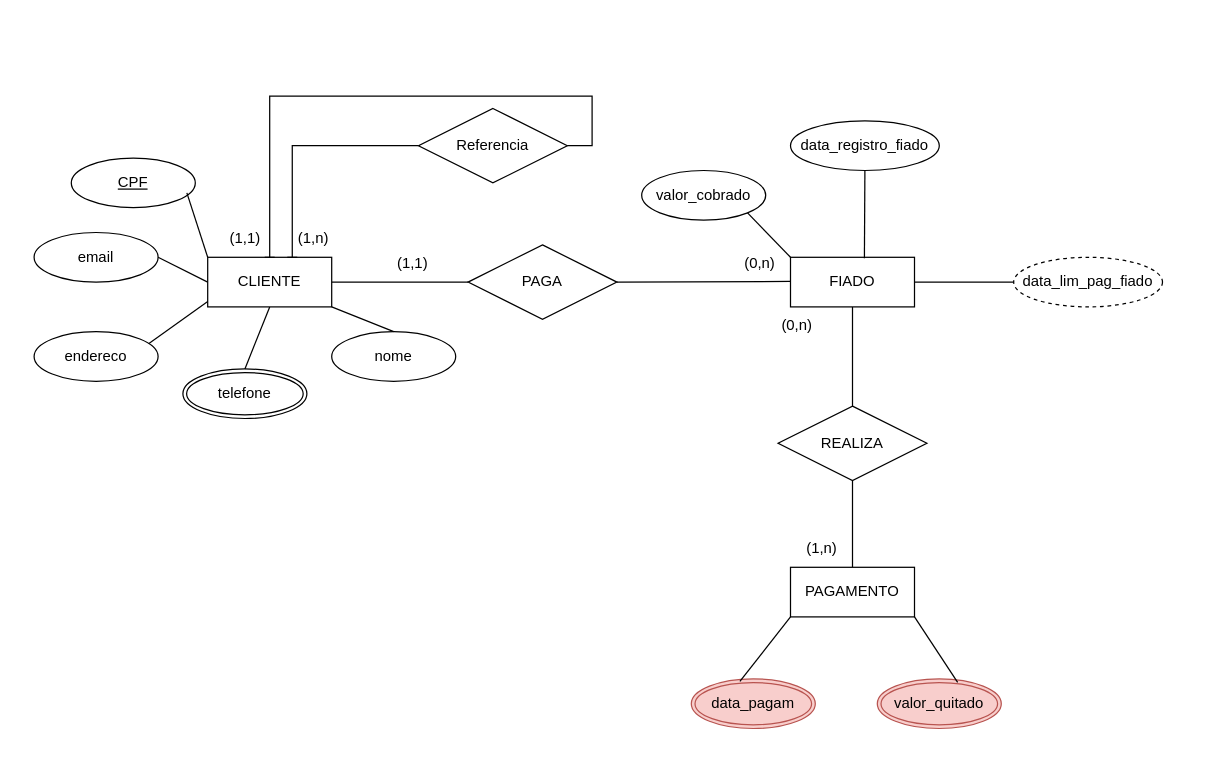
Earlier version of the draw.io diagram Modelo Conceitual/Projeto.drawio (JulioLage-Alx/BancodeDados-Fiado). Source tidied: cells renumbered, new cells numbered last; positions are measured from the earlier drawing's top-left corner, leaving out a move shared by most shapes. Both pictures are drawn from the tidied source at 124%, with x=0, y=0 at pixel (33, 95).
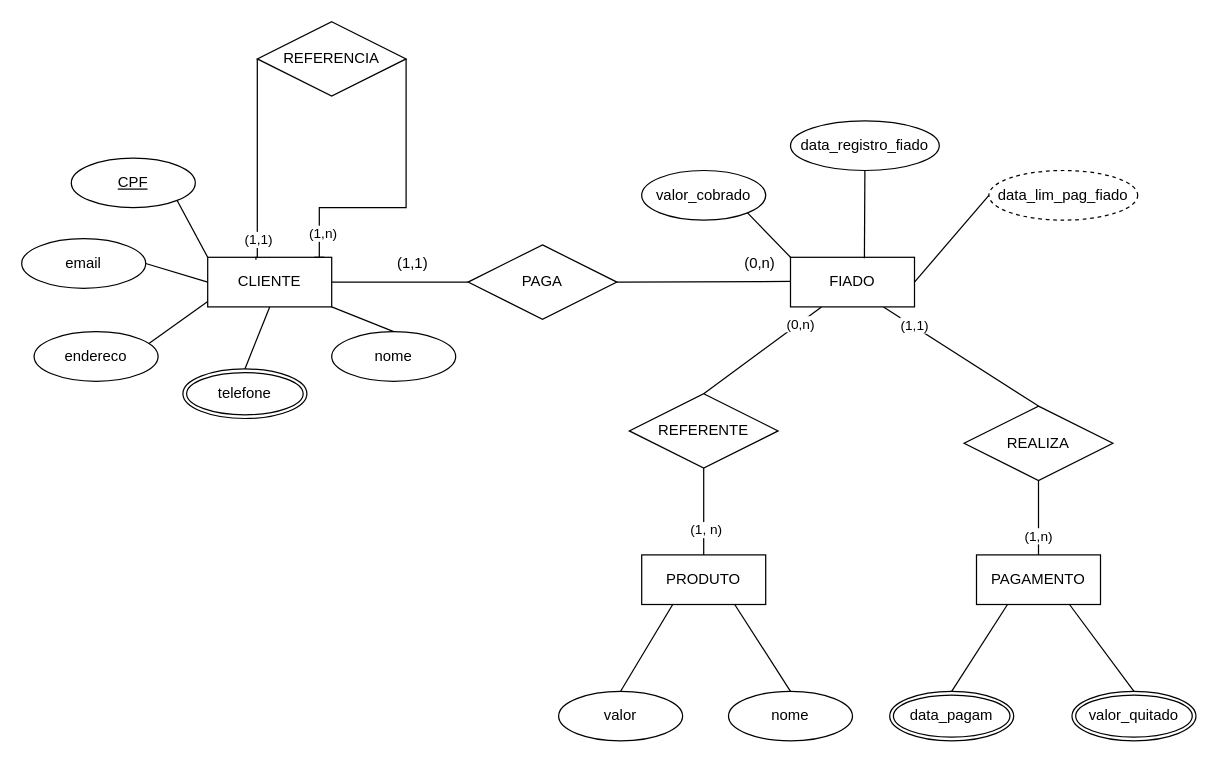
The same diagram, later.

The change refers to these unchanged cells:
```xml
<mxCell id="6" style="endArrow=none;html=1;rounded=0;exitX=0.5;exitY=0;exitDx=0;exitDy=0;entryX=0.5;entryY=1;entryDx=0;entryDy=0;" parent="1" edge="1" source="12" target="3">
  <mxGeometry relative="1" as="geometry" />
</mxCell>
<mxCell id="11" value="FIADO" style="whiteSpace=wrap;html=1;align=center;" parent="1" vertex="1">
  <mxGeometry x="610" y="130" width="100" height="40" as="geometry" />
</mxCell>
<mxCell id="24" value="&lt;u&gt;CPF&lt;/u&gt;" style="ellipse;whiteSpace=wrap;html=1;align=center;" parent="1" vertex="1">
  <mxGeometry x="30" y="50" width="100" height="40" as="geometry" />
</mxCell>
<mxCell id="35" value="CLIENTE" style="whiteSpace=wrap;html=1;align=center;" parent="1" vertex="1">
  <mxGeometry x="140" y="130" width="100" height="40" as="geometry" />
</mxCell>
```

What changed in the source:
```diff
@@
     <mxCell id="3" value="REALIZA" style="shape=rhombus;perimeter=rhombusPerimeter;whiteSpace=wrap;html=1;align=center;" parent="1" vertex="1">
-      <mxGeometry x="600" y="250" width="120" height="60" as="geometry" />
+      <mxGeometry x="750" y="250" width="120" height="60" as="geometry" />
     </mxCell>
@@
+    <mxCell id="41" value="(1,n)" style="edgeLabel;html=1;align=center;verticalAlign=middle;" parent="6" vertex="1">
+      <mxGeometry x="-0.47" y="1" relative="1" as="geometry" />
+    </mxCell>
-    <mxCell id="7" style="endArrow=none;html=1;rounded=0;entryX=0.5;entryY=1;entryDx=0;entryDy=0;" parent="1" edge="1" target="11">
-      <mxGeometry relative="1" as="geometry">
-        <mxPoint x="660" y="250" as="sourcePoint" />
-        <Array as="points">
-          <mxPoint x="660" y="250" />
-        </Array>
-      </mxGeometry>
+    <mxCell id="7" style="endArrow=none;html=1;rounded=0;entryX=0.75;entryY=1;entryDx=0;entryDy=0;exitX=0.5;exitY=0;exitDx=0;exitDy=0;" parent="1" edge="1" source="3" target="11">
+      <mxGeometry relative="1" as="geometry" />
     </mxCell>
+    <mxCell id="42" value="(1,1)" style="edgeLabel;html=1;align=center;verticalAlign=middle;" parent="7" vertex="1">
+      <mxGeometry x="0.62" y="-1" relative="1" as="geometry" />
+    </mxCell>
-    <mxCell id="8" value="valor_quitado" style="ellipse;shape=doubleEllipse;margin=3;whiteSpace=wrap;html=1;align=center;fillColor=#f8cecc;strokeColor=#b85450;" parent="1" vertex="1">
-      <mxGeometry x="680" y="470" width="100" height="40" as="geometry" />
+    <mxCell id="8" value="valor_quitado" style="ellipse;shape=doubleEllipse;margin=3;whiteSpace=wrap;html=1;align=center;" parent="1" vertex="1">
+      <mxGeometry x="837" y="480" width="100" height="40" as="geometry" />
     </mxCell>
-    <mxCell id="9" value="data_pagam" style="ellipse;shape=doubleEllipse;margin=3;whiteSpace=wrap;html=1;align=center;fillColor=#f8cecc;strokeColor=#b85450;" parent="1" vertex="1">
-      <mxGeometry x="530" y="470" width="100" height="40" as="geometry" />
+    <mxCell id="9" value="data_pagam" style="ellipse;shape=doubleEllipse;margin=3;whiteSpace=wrap;html=1;align=center;" parent="1" vertex="1">
+      <mxGeometry x="690" y="480" width="100" height="40" as="geometry" />
     </mxCell>
@@
     <mxCell id="12" value="PAGAMENTO" style="whiteSpace=wrap;html=1;align=center;" parent="1" vertex="1">
-      <mxGeometry x="610" y="380" width="100" height="40" as="geometry" />
+      <mxGeometry x="760" y="370" width="100" height="40" as="geometry" />
     </mxCell>
-    <mxCell id="13" style="endArrow=none;html=1;rounded=0;entryX=0.392;entryY=0.05;entryDx=0;entryDy=0;exitX=0;exitY=1;exitDx=0;exitDy=0;entryPerimeter=0;" parent="1" edge="1" source="12" target="9">
+    <mxCell id="13" style="endArrow=none;html=1;rounded=0;entryX=0.5;entryY=0;entryDx=0;entryDy=0;exitX=0.25;exitY=1;exitDx=0;exitDy=0;" parent="1" edge="1" source="12" target="9">
       <mxGeometry relative="1" as="geometry" />
     </mxCell>
-    <mxCell id="14" style="endArrow=none;html=1;rounded=0;entryX=0.648;entryY=0.07;entryDx=0;entryDy=0;exitX=1;exitY=1;exitDx=0;exitDy=0;entryPerimeter=0;" parent="1" edge="1" source="12" target="8">
+    <mxCell id="14" style="endArrow=none;html=1;rounded=0;entryX=0.5;entryY=0;entryDx=0;entryDy=0;exitX=0.75;exitY=1;exitDx=0;exitDy=0;" parent="1" edge="1" source="12" target="8">
       <mxGeometry relative="1" as="geometry" />
     </mxCell>
@@
     <mxCell id="16" value="data_lim_pag_fiado" style="ellipse;whiteSpace=wrap;html=1;align=center;dashed=1;" parent="1" vertex="1">
-      <mxGeometry x="790" y="130" width="120" height="40" as="geometry" />
+      <mxGeometry x="770" y="60" width="120" height="40" as="geometry" />
     </mxCell>
@@
-    <mxCell id="20" value="(1,n)" style="text;html=1;align=center;verticalAlign=middle;strokeColor=none;fillColor=none;" parent="1" vertex="1">
-      <mxGeometry x="610" y="350" width="50" height="30" as="geometry" />
-    </mxCell>
@@
-    <mxCell id="22" value="(0,n)" style="text;html=1;align=center;verticalAlign=middle;strokeColor=none;fillColor=none;" parent="1" vertex="1">
-      <mxGeometry x="590" y="170" width="50" height="30" as="geometry" />
-    </mxCell>
@@
     <mxCell id="25" value="email" style="ellipse;whiteSpace=wrap;html=1;align=center;" parent="1" vertex="1">
-      <mxGeometry y="110" width="100" height="40" as="geometry" />
+      <mxGeometry x="-10" y="115" width="100" height="40" as="geometry" />
     </mxCell>
@@
-    <mxCell id="29" style="endArrow=none;html=1;rounded=0;exitX=0;exitY=0;exitDx=0;exitDy=0;entryX=0.932;entryY=0.7;entryDx=0;entryDy=0;entryPerimeter=0;" parent="1" edge="1" source="35" target="24">
+    <mxCell id="29" style="endArrow=none;html=1;rounded=0;exitX=0;exitY=0;exitDx=0;exitDy=0;entryX=1;entryY=1;entryDx=0;entryDy=0;" parent="1" edge="1" source="35" target="24">
       <mxGeometry relative="1" as="geometry" />
     </mxCell>
@@
-    <mxCell id="36" style="edgeStyle=orthogonalEdgeStyle;rounded=0;jettySize=auto;html=1;entryX=0.682;entryY=0;entryDx=0;entryDy=0;endArrow=baseDash;endFill=0;entryPerimeter=0;" parent="1" edge="1" source="38" target="35">
-      <mxGeometry relative="1" as="geometry" />
+    <mxCell id="36" style="edgeStyle=orthogonalEdgeStyle;rounded=0;jettySize=auto;html=1;entryX=0.389;entryY=0.049;entryDx=0;entryDy=0;endArrow=none;endFill=0;exitX=0;exitY=0.5;exitDx=0;exitDy=0;entryPerimeter=0;" parent="1" edge="1" source="38" target="35">
+      <mxGeometry relative="1" as="geometry">
+        <Array as="points">
+          <mxPoint x="180" y="130" />
+          <mxPoint x="179" y="130" />
+        </Array>
+      </mxGeometry>
     </mxCell>
+    <mxCell id="43" value="(1,1)" style="edgeLabel;html=1;align=center;verticalAlign=middle;" parent="36" vertex="1">
+      <mxGeometry x="0.35" y="1" relative="1" as="geometry">
+        <mxPoint x="-1" y="35" as="offset" />
+      </mxGeometry>
+    </mxCell>
-    <mxCell id="37" style="edgeStyle=orthogonalEdgeStyle;rounded=0;jettySize=auto;html=1;exitX=1;exitY=0.5;exitDx=0;exitDy=0;endArrow=baseDash;endFill=0;" parent="1" edge="1" source="38" target="35">
+    <mxCell id="37" style="edgeStyle=orthogonalEdgeStyle;rounded=0;jettySize=auto;html=1;exitX=1;exitY=0.5;exitDx=0;exitDy=0;endArrow=baseDash;endFill=0;" parent="1" edge="1" source="38">
       <mxGeometry relative="1" as="geometry">
+        <mxPoint x="230" y="130" as="targetPoint" />
         <Array as="points">
-          <mxPoint x="450" y="40" />
-          <mxPoint x="450" />
-          <mxPoint x="190" />
+          <mxPoint x="300" y="90" />
+          <mxPoint x="230" y="90" />
         </Array>
       </mxGeometry>
     </mxCell>
+    <mxCell id="44" value="(1,n)" style="edgeLabel;html=1;align=center;verticalAlign=middle;" parent="37" vertex="1">
+      <mxGeometry x="0.78" y="2" relative="1" as="geometry">
+        <mxPoint y="5" as="offset" />
+      </mxGeometry>
+    </mxCell>
-    <mxCell id="38" value="Referencia" style="shape=rhombus;perimeter=rhombusPerimeter;whiteSpace=wrap;html=1;align=center;" parent="1" vertex="1">
-      <mxGeometry x="310" y="10" width="120" height="60" as="geometry" />
+    <mxCell id="38" value="REFERENCIA" style="shape=rhombus;perimeter=rhombusPerimeter;whiteSpace=wrap;html=1;align=center;" parent="1" vertex="1">
+      <mxGeometry x="180" y="-60" width="120" height="60" as="geometry" />
     </mxCell>
-    <mxCell id="39" value="(1,n)" style="text;html=1;align=center;verticalAlign=middle;strokeColor=none;fillColor=none;" parent="1" vertex="1">
-      <mxGeometry x="200" y="100" width="50" height="30" as="geometry" />
-    </mxCell>
-    <mxCell id="40" value="(1,1)" style="text;html=1;align=center;verticalAlign=middle;strokeColor=none;fillColor=none;" parent="1" vertex="1">
-      <mxGeometry x="145" y="100" width="50" height="30" as="geometry" />
-    </mxCell>
+    <mxCell id="45" value="PRODUTO" style="whiteSpace=wrap;html=1;align=center;" parent="1" vertex="1">
+      <mxGeometry x="490" y="370" width="100" height="40" as="geometry" />
+    </mxCell>
+    <mxCell id="46" value="REFERENTE" style="shape=rhombus;perimeter=rhombusPerimeter;whiteSpace=wrap;html=1;align=center;" parent="1" vertex="1">
+      <mxGeometry x="480" y="240" width="120" height="60" as="geometry" />
+    </mxCell>
+    <mxCell id="47" style="endArrow=none;html=1;rounded=0;entryX=0.25;entryY=1;entryDx=0;entryDy=0;exitX=0.5;exitY=0;exitDx=0;exitDy=0;" parent="1" edge="1" source="46" target="11">
+      <mxGeometry relative="1" as="geometry" />
+    </mxCell>
+    <mxCell id="22" value="(0,n)" style="edgeLabel;html=1;align=center;verticalAlign=middle;" parent="47" vertex="1">
+      <mxGeometry x="0.62" y="-1" relative="1" as="geometry" />
+    </mxCell>
+    <mxCell id="48" style="endArrow=none;html=1;rounded=0;entryX=0.5;entryY=1;entryDx=0;entryDy=0;exitX=0.5;exitY=0;exitDx=0;exitDy=0;" parent="1" edge="1" source="45" target="46">
+      <mxGeometry relative="1" as="geometry" />
+    </mxCell>
+    <mxCell id="49" value="(1, n)" style="edgeLabel;html=1;align=center;verticalAlign=middle;" parent="48" vertex="1">
+      <mxGeometry x="-0.4" y="-1" relative="1" as="geometry" />
+    </mxCell>
+    <mxCell id="50" value="valor" style="ellipse;whiteSpace=wrap;html=1;align=center;" parent="1" vertex="1">
+      <mxGeometry x="423" y="480" width="100" height="40" as="geometry" />
+    </mxCell>
+    <mxCell id="51" value="nome" style="ellipse;whiteSpace=wrap;html=1;align=center;" parent="1" vertex="1">
+      <mxGeometry x="560" y="480" width="100" height="40" as="geometry" />
+    </mxCell>
+    <mxCell id="52" style="endArrow=none;html=1;rounded=0;exitX=0.5;exitY=0;exitDx=0;exitDy=0;entryX=0.25;entryY=1;entryDx=0;entryDy=0;" parent="1" edge="1" source="50" target="45">
+      <mxGeometry relative="1" as="geometry" />
+    </mxCell>
+    <mxCell id="53" style="endArrow=none;html=1;rounded=0;exitX=0.75;exitY=1;exitDx=0;exitDy=0;entryX=0.5;entryY=0;entryDx=0;entryDy=0;" parent="1" edge="1" source="45" target="51">
+      <mxGeometry relative="1" as="geometry" />
+    </mxCell>
```
